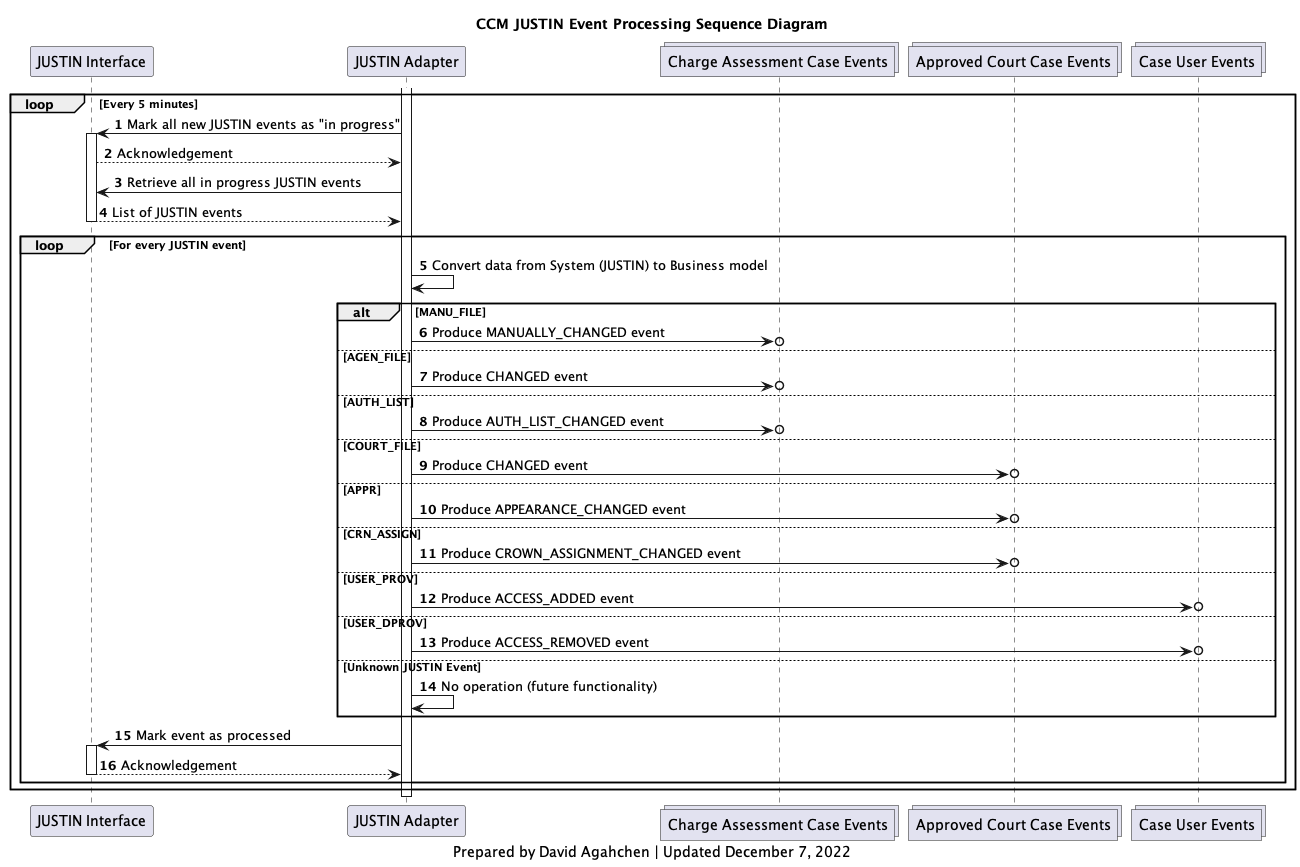
Before: diagrams/img/ccm_justin_event_processing_sequence_diagram.png, a diagram exported from PlantUML (bcgov/jpss-jade-ccm).
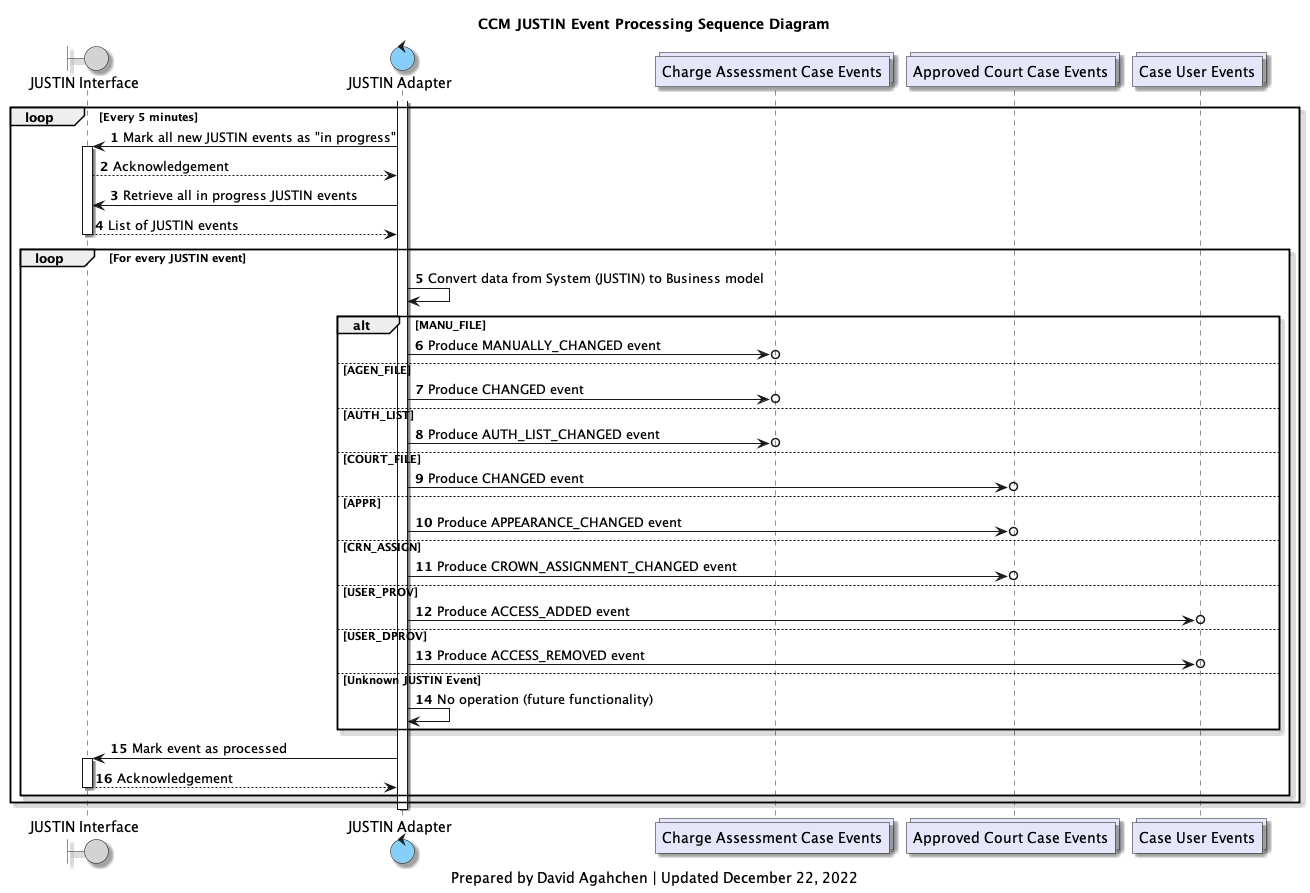
The same file after the commit.

What changed in the source:
```diff
@@ -1,6 +1,13 @@
 @startuml
-participant j_interface as "JUSTIN Interface"
-participant j_adapter as "JUSTIN Adapter"
+
+skinparam Shadowing true
+skinparam CollectionsBackgroundColor Lavender
+skinparam ControlBackgroundColor LightSkyBlue
+skinparam BoundaryBackgroundColor LightGrey
+
+
+boundary j_interface as "JUSTIN Interface"
+control j_adapter as "JUSTIN Adapter"
 collections charge_assessment_cases_topic as "Charge Assessment Case Events"
 collections approved_court_cases_topic as "Approved Court Case Events"
 collections case_users_topic as "Case User Events"
@@ -49,6 +56,6 @@
 deactivate j_adapter
 
 caption
-Prepared by David Agahchen | Updated December 7, 2022
+Prepared by David Agahchen | Updated December 22, 2022
 end caption
 @enduml
```
